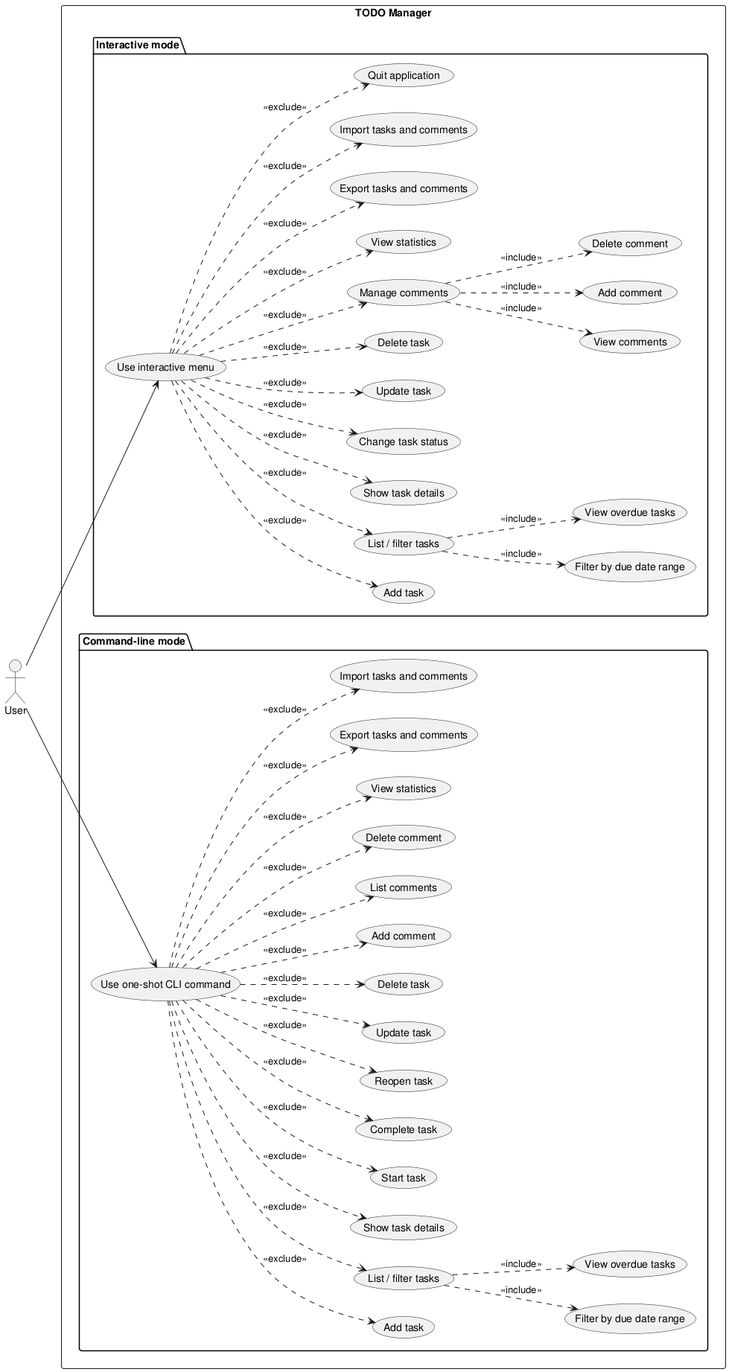
Before: experiments/supervisor_as_tools/structured_text/TODO/artifacts/use_case_diagram.png, a diagram exported from PlantUML (DanielRiha8906/Software_autoevolution_using_agents).
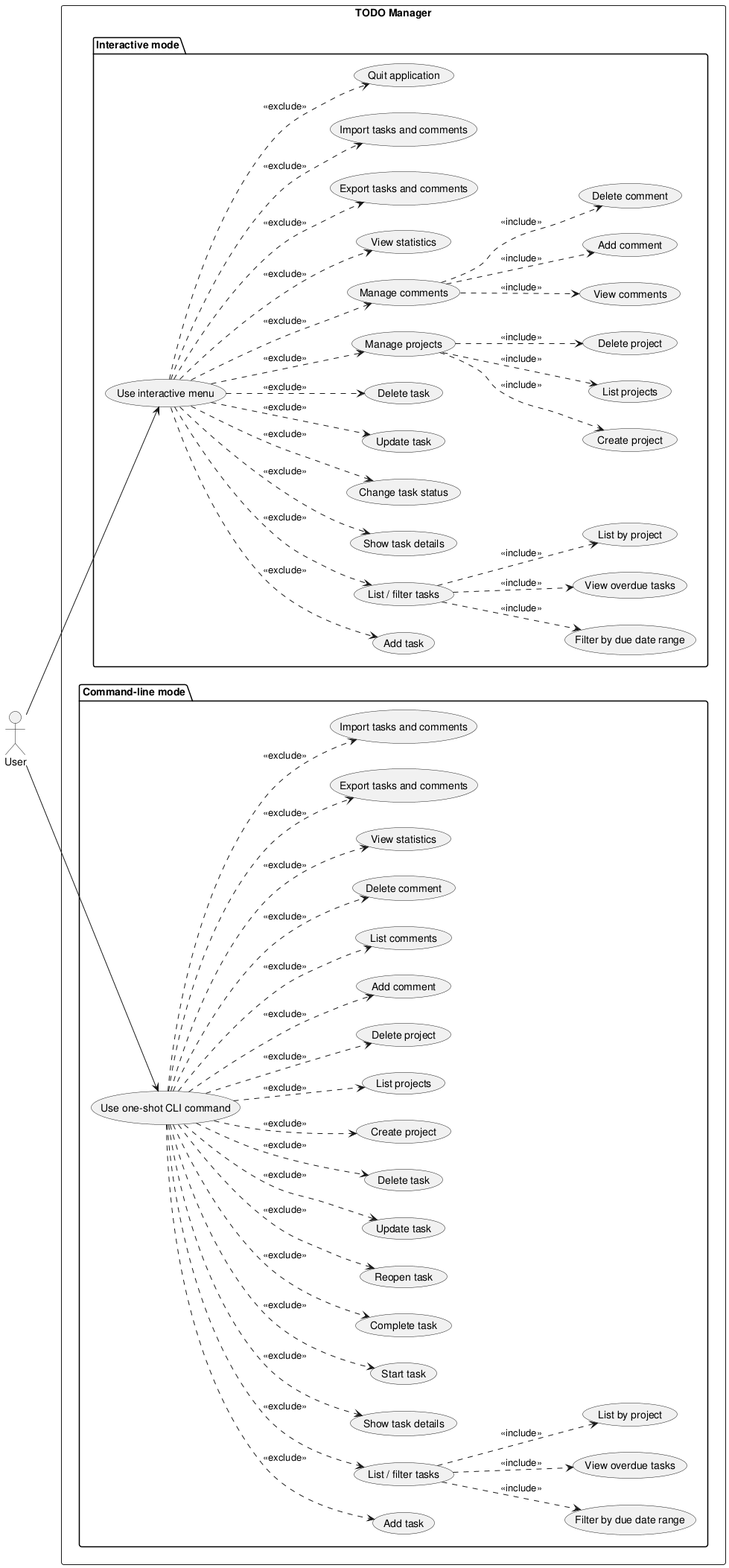
The same diagram one commit later.

What changed in the source:
```diff
@@ -12,10 +12,15 @@
     usecase "List / filter tasks" as I_LIST
     usecase "Filter by due date range" as I_DUE_RANGE
     usecase "View overdue tasks" as I_OVERDUE
+    usecase "List by project" as I_LIST_PROJECT
     usecase "Show task details" as I_SHOW
     usecase "Change task status" as I_STATUS
     usecase "Update task" as I_UPDATE
     usecase "Delete task" as I_DELETE
+    usecase "Manage projects" as I_PROJECTS
+    usecase "Create project" as I_CREATE_PROJECT
+    usecase "List projects" as I_LIST_PROJECTS
+    usecase "Delete project" as I_DELETE_PROJECT
     usecase "Manage comments" as I_COMMENTS
     usecase "View comments" as I_VIEW_COMMENTS
     usecase "Add comment" as I_ADD_COMMENT
@@ -32,12 +37,16 @@
     usecase "List / filter tasks" as C_LIST
     usecase "Filter by due date range" as C_DUE_RANGE
     usecase "View overdue tasks" as C_OVERDUE
+    usecase "List by project" as C_LIST_PROJECT
     usecase "Show task details" as C_SHOW
     usecase "Start task" as C_START
     usecase "Complete task" as C_DONE
     usecase "Reopen task" as C_REOPEN
     usecase "Update task" as C_UPDATE
     usecase "Delete task" as C_DELETE
+    usecase "Create project" as C_CREATE_PROJECT
+    usecase "List projects" as C_LIST_PROJECTS
+    usecase "Delete project" as C_DELETE_PROJECT
     usecase "Add comment" as C_ADD_COMMENT
     usecase "List comments" as C_LIST_COMMENTS
     usecase "Delete comment" as C_DELETE_COMMENT
@@ -54,10 +63,15 @@
 UI ..> I_LIST      : <<exclude>>
 I_LIST ..> I_DUE_RANGE : <<include>>
 I_LIST ..> I_OVERDUE : <<include>>
+I_LIST ..> I_LIST_PROJECT : <<include>>
 UI ..> I_SHOW      : <<exclude>>
 UI ..> I_STATUS    : <<exclude>>
 UI ..> I_UPDATE    : <<exclude>>
 UI ..> I_DELETE    : <<exclude>>
+UI ..> I_PROJECTS  : <<exclude>>
+I_PROJECTS ..> I_CREATE_PROJECT : <<include>>
+I_PROJECTS ..> I_LIST_PROJECTS : <<include>>
+I_PROJECTS ..> I_DELETE_PROJECT : <<include>>
 UI ..> I_COMMENTS  : <<exclude>>
 I_COMMENTS ..> I_VIEW_COMMENTS    : <<include>>
 I_COMMENTS ..> I_ADD_COMMENT      : <<include>>
@@ -71,12 +85,16 @@
 CLI ..> C_LIST           : <<exclude>>
 C_LIST ..> C_DUE_RANGE : <<include>>
 C_LIST ..> C_OVERDUE : <<include>>
+C_LIST ..> C_LIST_PROJECT : <<include>>
 CLI ..> C_SHOW           : <<exclude>>
 CLI ..> C_START          : <<exclude>>
 CLI ..> C_DONE           : <<exclude>>
 CLI ..> C_REOPEN         : <<exclude>>
 CLI ..> C_UPDATE         : <<exclude>>
 CLI ..> C_DELETE         : <<exclude>>
+CLI ..> C_CREATE_PROJECT : <<exclude>>
+CLI ..> C_LIST_PROJECTS  : <<exclude>>
+CLI ..> C_DELETE_PROJECT : <<exclude>>
 CLI ..> C_ADD_COMMENT    : <<exclude>>
 CLI ..> C_LIST_COMMENTS  : <<exclude>>
 CLI ..> C_DELETE_COMMENT : <<exclude>>
```
